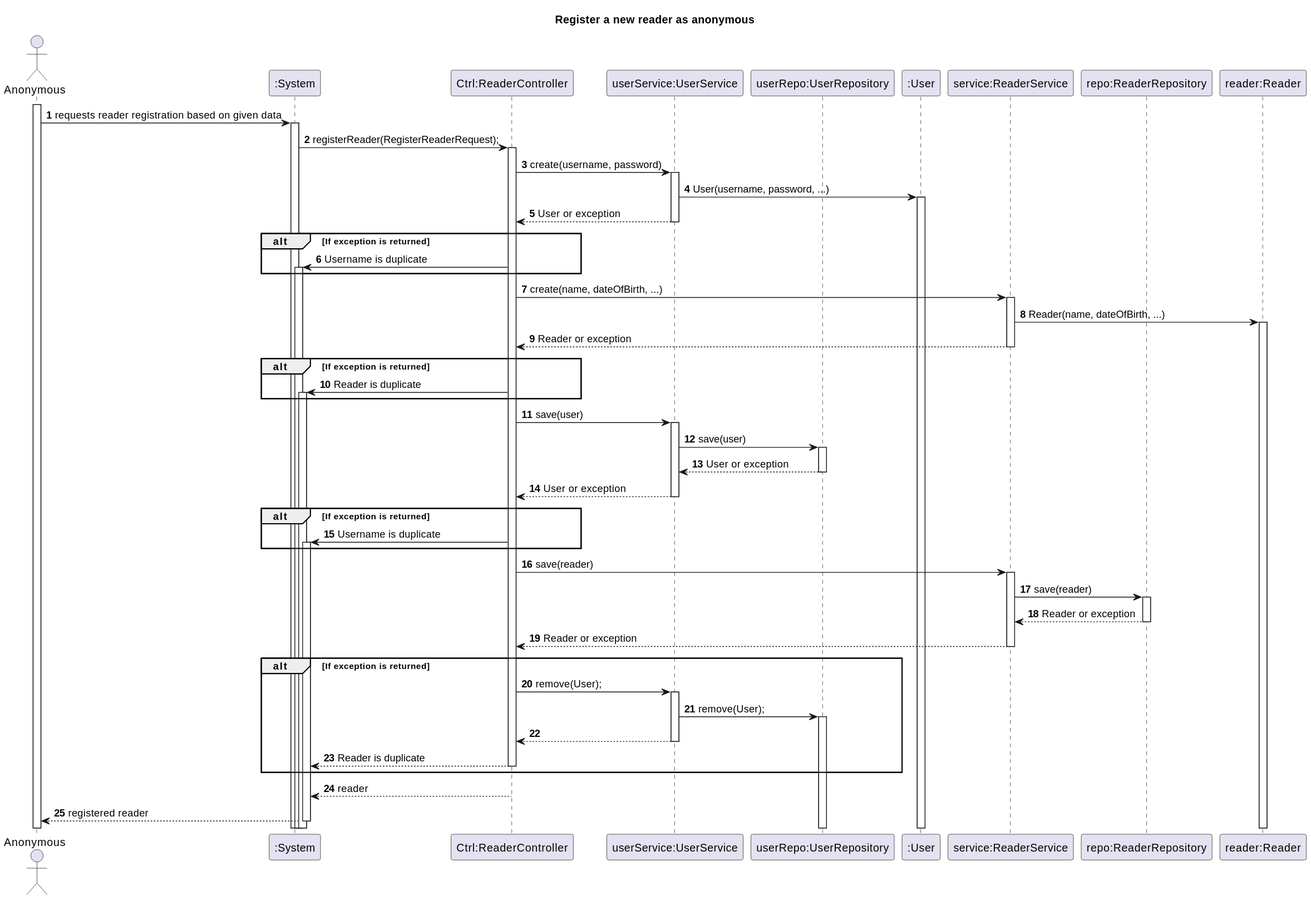
rutemf/1220944_1220772_G01 keeps this PlantUML diagram as Docs/Phase1/WP3A-Readers/Ph1-11-RegisterReader/SD.svg. Above is the earlier version. Source of this version:
```plantuml
@startuml
autoactivate on
autonumber

title Register a new reader as anonymous

actor "Anonymous" as Anonymous
participant ":System" as System
participant "Ctrl:ReaderController" as Ctrl
participant "userService:UserService" as UserService
participant "userRepo:UserRepository" as UserRepository
participant ":User" as User
participant "service:ReaderService" as Service
participant "repo:ReaderRepository" as Repo
participant "reader:Reader" as Reader

activate Anonymous

Anonymous -> System: requests reader registration based on given data

System -> Ctrl: registerReader(RegisterReaderRequest);

Ctrl -> UserService: create(username, password)
UserService -> User: User(username, password, ...)
UserService --> Ctrl: User or exception
alt If exception is returned
    Ctrl -> System: Username is duplicate
end


Ctrl -> Service: create(name, dateOfBirth, ...)
Service -> Reader: Reader(name, dateOfBirth, ...)
Service --> Ctrl: Reader or exception

alt If exception is returned
    Ctrl -> System: Reader is duplicate
end

Ctrl -> UserService: save(user)
UserService -> UserRepository: save(user)
UserRepository --> UserService: User or exception
UserService --> Ctrl: User or exception

alt If exception is returned
    Ctrl -> System: Username is duplicate
end

Ctrl -> Service: save(reader)
Service -> Repo: save(reader)
Repo --> Service: Reader or exception
Service --> Ctrl: Reader or exception

alt If exception is returned
    Ctrl -> UserService: remove(User);
    UserService -> UserRepository: remove(User);
    UserService --> Ctrl:
    Ctrl --> System: Reader is duplicate
end

Ctrl --> System: reader
System --> Anonymous: registered reader
@enduml
```
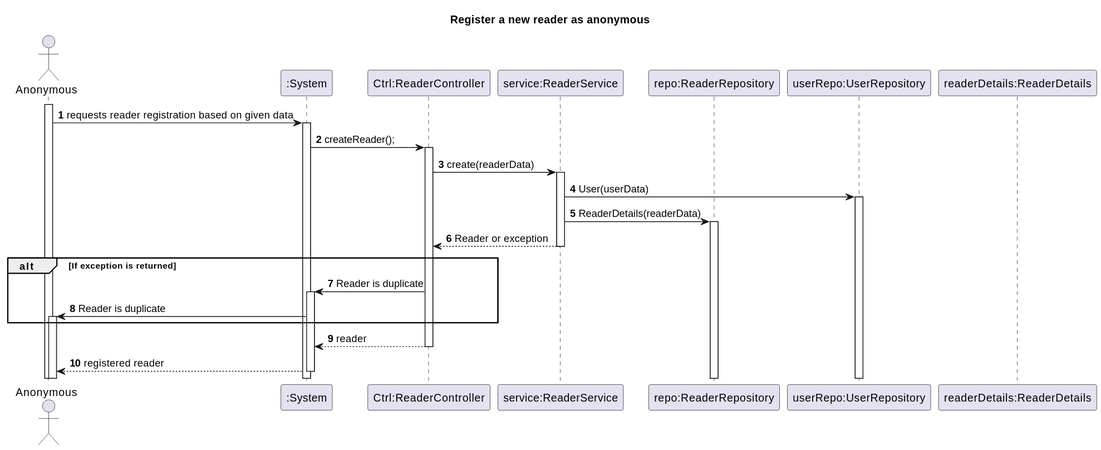
After the change.

The edit, as a diff of the source:
```diff
@@ -7,54 +7,25 @@
 actor "Anonymous" as Anonymous
 participant ":System" as System
 participant "Ctrl:ReaderController" as Ctrl
-participant "userService:UserService" as UserService
-participant "userRepo:UserRepository" as UserRepository
-participant ":User" as User
 participant "service:ReaderService" as Service
 participant "repo:ReaderRepository" as Repo
-participant "reader:Reader" as Reader
+participant "userRepo:UserRepository" as UserRepository
+participant "readerDetails:ReaderDetails" as Reader
 
 activate Anonymous
 
 Anonymous -> System: requests reader registration based on given data
 
-System -> Ctrl: registerReader(RegisterReaderRequest);
+System -> Ctrl: createReader();
 
-Ctrl -> UserService: create(username, password)
-UserService -> User: User(username, password, ...)
-UserService --> Ctrl: User or exception
-alt If exception is returned
-    Ctrl -> System: Username is duplicate
-end
-
-
-Ctrl -> Service: create(name, dateOfBirth, ...)
-Service -> Reader: Reader(name, dateOfBirth, ...)
+Ctrl -> Service: create(readerData)
+Service -> UserRepository: User(userData)
+Service -> Repo: ReaderDetails(readerData)
 Service --> Ctrl: Reader or exception
 
 alt If exception is returned
     Ctrl -> System: Reader is duplicate
-end
-
-Ctrl -> UserService: save(user)
-UserService -> UserRepository: save(user)
-UserRepository --> UserService: User or exception
-UserService --> Ctrl: User or exception
-
-alt If exception is returned
-    Ctrl -> System: Username is duplicate
-end
-
-Ctrl -> Service: save(reader)
-Service -> Repo: save(reader)
-Repo --> Service: Reader or exception
-Service --> Ctrl: Reader or exception
-
-alt If exception is returned
-    Ctrl -> UserService: remove(User);
-    UserService -> UserRepository: remove(User);
-    UserService --> Ctrl:
-    Ctrl --> System: Reader is duplicate
+    System -> Anonymous: Reader is duplicate
 end
 
 Ctrl --> System: reader
```
